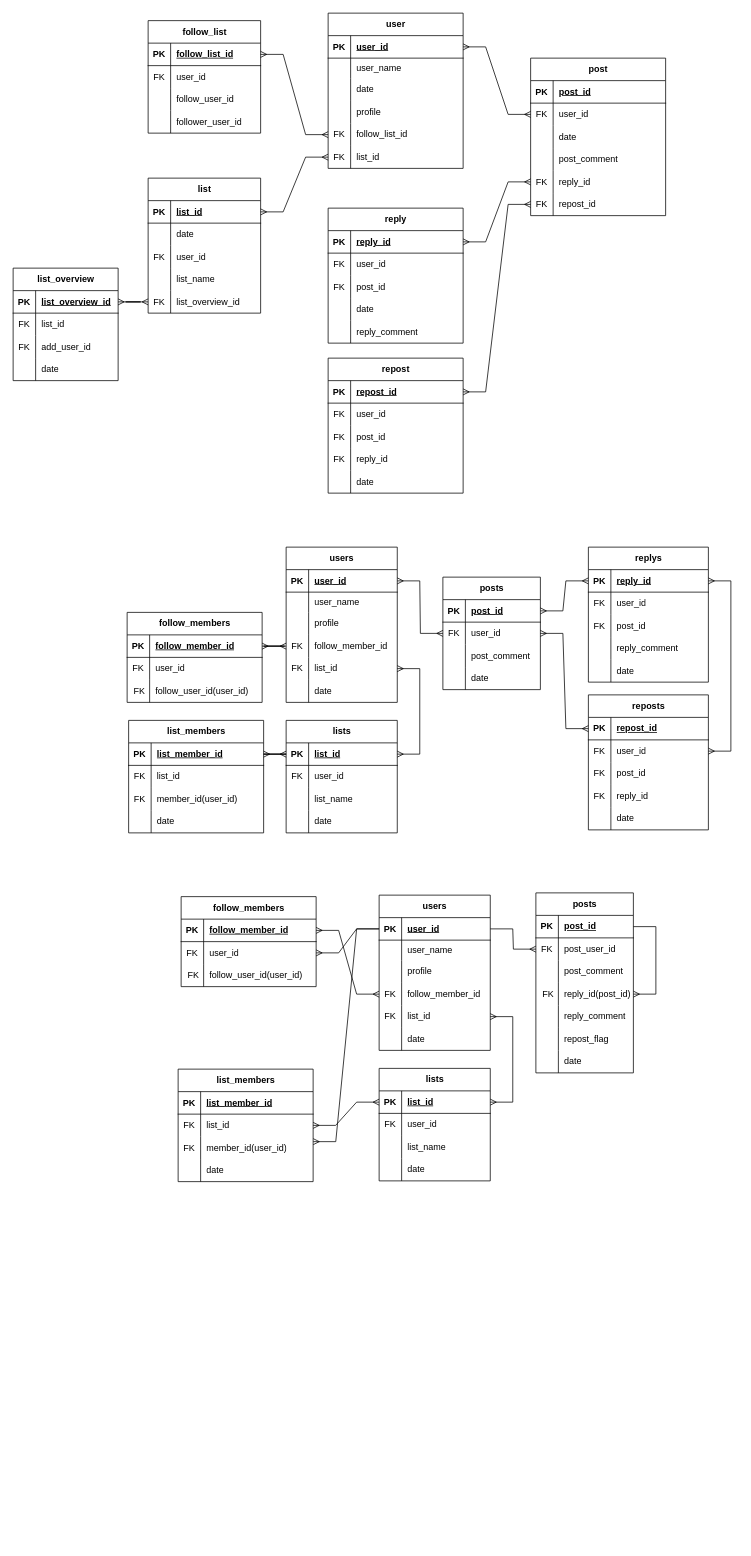
The draw.io diagram X.drawio in namacosansan/ER, before the edit. Source tidied: cells renumbered, new cells numbered last; positions are measured from the earlier drawing's top-left corner, leaving out a move shared by most shapes. Both pictures are drawn from the tidied source at 75%, with x=0, y=0 at pixel (13, 13).
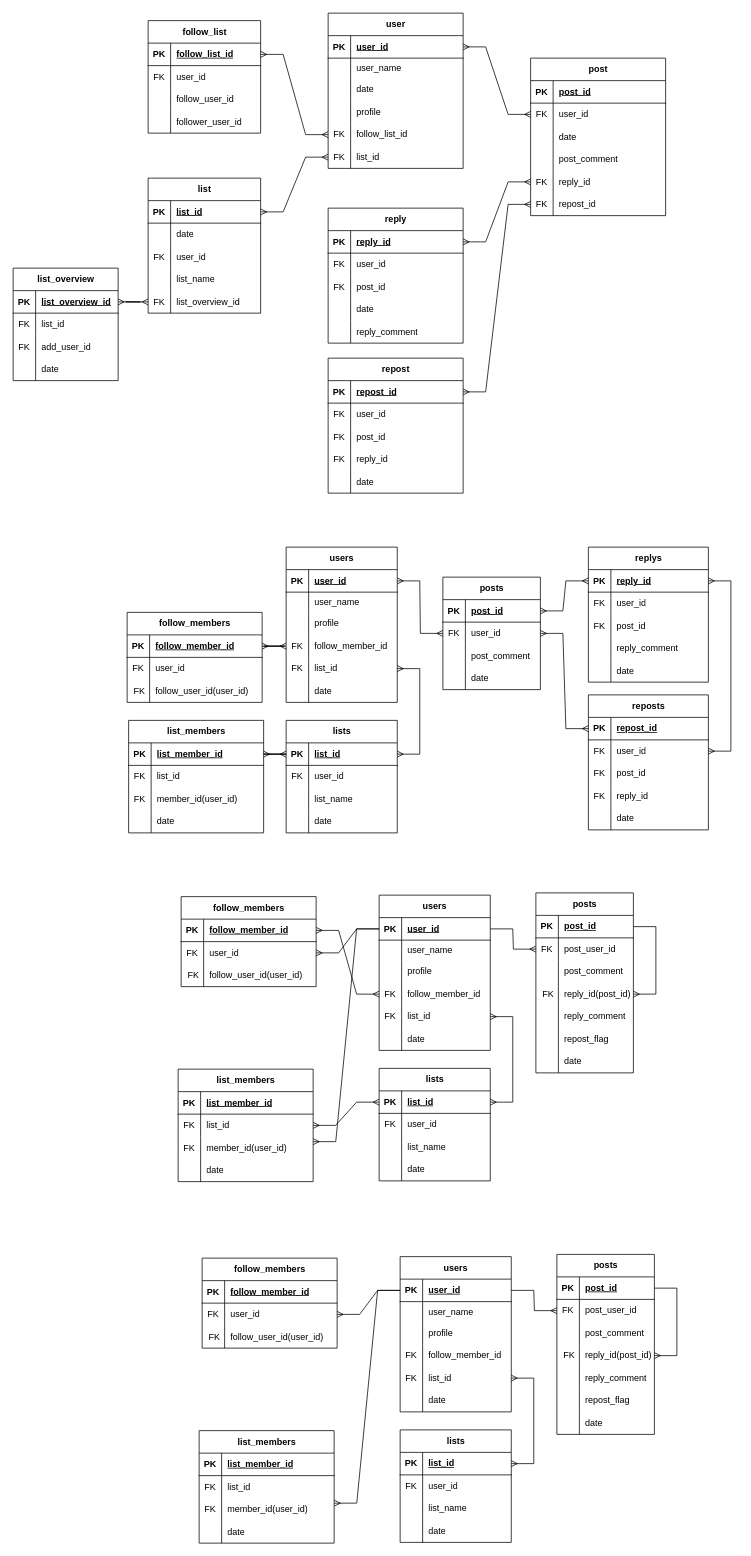
The same diagram, later.

Commit message:
X.drawio を更新します

The edit, as a diff of the source:
```diff
@@
+    <mxCell id="313" value="users" style="shape=table;startSize=30;childLayout=tableLayout;rowLines=0;fontStyle=1;align=center;html=1;" parent="1" vertex="1">
+      <mxGeometry x="516" y="1658" width="148.2" height="207" as="geometry" />
+    </mxCell>
+    <mxCell id="314" style="shape=tableRow;horizontal=0;startSize=0;swimlaneHead=0;swimlaneBody=0;fillColor=none;points=[[0,0.5],[1,0.5]];portConstraint=eastwest;top=0;left=0;right=0;bottom=1;" parent="313" vertex="1">
+      <mxGeometry y="30" width="148.2" height="30" as="geometry" />
+    </mxCell>
+    <mxCell id="315" value="PK" style="shape=partialRectangle;fillColor=none;top=0;left=0;bottom=0;right=0;fontStyle=1;overflow=hidden;whiteSpace=wrap;html=1;" parent="314" vertex="1">
+      <mxGeometry width="30" height="30" as="geometry" />
+    </mxCell>
+    <mxCell id="316" value="user_id" style="shape=partialRectangle;fillColor=none;top=0;left=0;bottom=0;right=0;align=left;spacingLeft=6;fontStyle=5;overflow=hidden;whiteSpace=wrap;html=1;" parent="314" vertex="1">
+      <mxGeometry x="30" width="118.2" height="30" as="geometry" />
+    </mxCell>
+    <mxCell id="317" style="shape=tableRow;horizontal=0;startSize=0;swimlaneHead=0;swimlaneBody=0;fillColor=none;top=0;left=0;right=0;bottom=0;" parent="313" vertex="1">
+      <mxGeometry y="60" width="148.2" height="27" as="geometry" />
+    </mxCell>
+    <mxCell id="318" style="shape=partialRectangle;fillColor=none;top=0;left=0;bottom=0;right=0;overflow=hidden;whiteSpace=wrap;html=1;" parent="317" vertex="1">
+      <mxGeometry width="30" height="27" as="geometry" />
+    </mxCell>
+    <mxCell id="319" value="user_name" style="shape=partialRectangle;fillColor=none;top=0;left=0;bottom=0;right=0;align=left;spacingLeft=6;overflow=hidden;whiteSpace=wrap;html=1;" parent="317" vertex="1">
+      <mxGeometry x="30" width="118.2" height="27" as="geometry" />
+    </mxCell>
+    <mxCell id="320" style="shape=tableRow;horizontal=0;startSize=0;swimlaneHead=0;swimlaneBody=0;fillColor=none;top=0;left=0;right=0;bottom=0;" parent="313" vertex="1">
+      <mxGeometry y="87" width="148.2" height="30" as="geometry" />
+    </mxCell>
+    <mxCell id="321" style="shape=partialRectangle;fillColor=none;top=0;left=0;bottom=0;right=0;overflow=hidden;whiteSpace=wrap;html=1;" parent="320" vertex="1">
+      <mxGeometry width="30" height="30" as="geometry" />
+    </mxCell>
+    <mxCell id="322" value="profile" style="shape=partialRectangle;fillColor=none;top=0;left=0;bottom=0;right=0;align=left;spacingLeft=6;overflow=hidden;whiteSpace=wrap;html=1;" parent="320" vertex="1">
+      <mxGeometry x="30" width="118.2" height="30" as="geometry" />
+    </mxCell>
+    <mxCell id="323" style="shape=tableRow;horizontal=0;startSize=0;swimlaneHead=0;swimlaneBody=0;fillColor=none;top=0;left=0;right=0;bottom=0;" parent="313" vertex="1">
+      <mxGeometry y="117" width="148.2" height="30" as="geometry" />
+    </mxCell>
+    <mxCell id="324" value="FK" style="shape=partialRectangle;fillColor=none;top=0;left=0;bottom=0;right=0;overflow=hidden;whiteSpace=wrap;html=1;" parent="323" vertex="1">
+      <mxGeometry width="30" height="30" as="geometry" />
+    </mxCell>
+    <mxCell id="325" value="follow_member_id" style="shape=partialRectangle;fillColor=none;top=0;left=0;bottom=0;right=0;align=left;spacingLeft=6;overflow=hidden;whiteSpace=wrap;html=1;" parent="323" vertex="1">
+      <mxGeometry x="30" width="118.2" height="30" as="geometry" />
+    </mxCell>
+    <mxCell id="326" style="shape=tableRow;horizontal=0;startSize=0;swimlaneHead=0;swimlaneBody=0;fillColor=none;points=[[0,0.5],[1,0.5]];portConstraint=eastwest;top=0;left=0;right=0;bottom=0;" parent="313" vertex="1">
+      <mxGeometry y="147" width="148.2" height="30" as="geometry" />
+    </mxCell>
+    <mxCell id="327" value="FK" style="shape=partialRectangle;fillColor=none;top=0;left=0;bottom=0;right=0;overflow=hidden;whiteSpace=wrap;html=1;" parent="326" vertex="1">
+      <mxGeometry width="30" height="30" as="geometry" />
+    </mxCell>
+    <mxCell id="328" value="list_id" style="shape=partialRectangle;fillColor=none;top=0;left=0;bottom=0;right=0;align=left;spacingLeft=6;overflow=hidden;whiteSpace=wrap;html=1;" parent="326" vertex="1">
+      <mxGeometry x="30" width="118.2" height="30" as="geometry" />
+    </mxCell>
+    <mxCell id="329" style="shape=tableRow;horizontal=0;startSize=0;swimlaneHead=0;swimlaneBody=0;fillColor=none;top=0;left=0;right=0;bottom=0;" parent="313" vertex="1">
+      <mxGeometry y="177" width="148.2" height="30" as="geometry" />
+    </mxCell>
+    <mxCell id="330" style="shape=partialRectangle;fillColor=none;top=0;left=0;bottom=0;right=0;overflow=hidden;whiteSpace=wrap;html=1;" parent="329" vertex="1">
+      <mxGeometry width="30" height="30" as="geometry" />
+    </mxCell>
+    <mxCell id="331" value="date" style="shape=partialRectangle;fillColor=none;top=0;left=0;bottom=0;right=0;align=left;spacingLeft=6;overflow=hidden;whiteSpace=wrap;html=1;" parent="329" vertex="1">
+      <mxGeometry x="30" width="118.2" height="30" as="geometry" />
+    </mxCell>
+    <mxCell id="332" value="list_members" style="shape=table;startSize=30;childLayout=tableLayout;rowLines=0;fontStyle=1;align=center;html=1;" parent="1" vertex="1">
+      <mxGeometry x="248" y="1890" width="180" height="150" as="geometry" />
+    </mxCell>
+    <mxCell id="333" style="shape=tableRow;horizontal=0;startSize=0;swimlaneHead=0;swimlaneBody=0;fillColor=none;points=[[0,0.5],[1,0.5]];portConstraint=eastwest;top=0;left=0;right=0;bottom=1;" parent="332" vertex="1">
+      <mxGeometry y="30" width="180" height="30" as="geometry" />
+    </mxCell>
+    <mxCell id="334" value="PK" style="shape=partialRectangle;fillColor=none;top=0;left=0;bottom=0;right=0;fontStyle=1;overflow=hidden;whiteSpace=wrap;html=1;" parent="333" vertex="1">
+      <mxGeometry width="30" height="30" as="geometry" />
+    </mxCell>
+    <mxCell id="335" value="list_member_id" style="shape=partialRectangle;fillColor=none;top=0;left=0;bottom=0;right=0;align=left;spacingLeft=6;fontStyle=5;overflow=hidden;whiteSpace=wrap;html=1;" parent="333" vertex="1">
+      <mxGeometry x="30" width="150" height="30" as="geometry" />
+    </mxCell>
+    <mxCell id="336" style="shape=tableRow;horizontal=0;startSize=0;swimlaneHead=0;swimlaneBody=0;fillColor=none;top=0;left=0;right=0;bottom=0;" parent="332" vertex="1">
+      <mxGeometry y="60" width="180" height="30" as="geometry" />
+    </mxCell>
+    <mxCell id="337" value="FK" style="shape=partialRectangle;fillColor=none;top=0;left=0;bottom=0;right=0;overflow=hidden;whiteSpace=wrap;html=1;" parent="336" vertex="1">
+      <mxGeometry width="30" height="30" as="geometry" />
+    </mxCell>
+    <mxCell id="338" value="list_id" style="shape=partialRectangle;fillColor=none;top=0;left=0;bottom=0;right=0;align=left;spacingLeft=6;overflow=hidden;whiteSpace=wrap;html=1;" parent="336" vertex="1">
+      <mxGeometry x="30" width="150" height="30" as="geometry" />
+    </mxCell>
+    <mxCell id="339" style="shape=tableRow;horizontal=0;startSize=0;swimlaneHead=0;swimlaneBody=0;fillColor=none;points=[[0,0.5],[1,0.5]];portConstraint=eastwest;top=0;left=0;right=0;bottom=0;" parent="332" vertex="1">
+      <mxGeometry y="90" width="180" height="30" as="geometry" />
+    </mxCell>
+    <mxCell id="340" value="&lt;div&gt;FK&lt;/div&gt;" style="shape=partialRectangle;fillColor=none;top=0;left=0;bottom=0;right=0;overflow=hidden;whiteSpace=wrap;html=1;" parent="339" vertex="1">
+      <mxGeometry width="30" height="30" as="geometry" />
+    </mxCell>
+    <mxCell id="341" value="member_id(user_id)" style="shape=partialRectangle;fillColor=none;top=0;left=0;bottom=0;right=0;align=left;spacingLeft=6;overflow=hidden;whiteSpace=wrap;html=1;" parent="339" vertex="1">
+      <mxGeometry x="30" width="150" height="30" as="geometry" />
+    </mxCell>
+    <mxCell id="342" style="shape=tableRow;horizontal=0;startSize=0;swimlaneHead=0;swimlaneBody=0;fillColor=none;top=0;left=0;right=0;bottom=0;" parent="332" vertex="1">
+      <mxGeometry y="120" width="180" height="30" as="geometry" />
+    </mxCell>
+    <mxCell id="343" style="shape=partialRectangle;fillColor=none;top=0;left=0;bottom=0;right=0;overflow=hidden;whiteSpace=wrap;html=1;" parent="342" vertex="1">
+      <mxGeometry width="30" height="30" as="geometry" />
+    </mxCell>
+    <mxCell id="344" value="date" style="shape=partialRectangle;fillColor=none;top=0;left=0;bottom=0;right=0;align=left;spacingLeft=6;overflow=hidden;whiteSpace=wrap;html=1;" parent="342" vertex="1">
+      <mxGeometry x="30" width="150" height="30" as="geometry" />
+    </mxCell>
+    <mxCell id="345" style="edgeStyle=none;curved=1;rounded=0;jettySize=auto;html=1;exitX=1;exitY=0.5;exitDx=0;exitDy=0;fontSize=12;startSize=8;endSize=8;" parent="332" edge="1" source="333" target="332">
+      <mxGeometry relative="1" as="geometry" />
+    </mxCell>
+    <mxCell id="346" value="follow_members" style="shape=table;startSize=30;childLayout=tableLayout;rowLines=0;fontStyle=1;align=center;html=1;" parent="1" vertex="1">
+      <mxGeometry x="252" y="1660" width="180" height="120" as="geometry" />
+    </mxCell>
+    <mxCell id="347" style="shape=tableRow;horizontal=0;startSize=0;swimlaneHead=0;swimlaneBody=0;fillColor=none;top=0;left=0;right=0;bottom=1;" parent="346" vertex="1">
+      <mxGeometry y="30" width="180" height="30" as="geometry" />
+    </mxCell>
+    <mxCell id="348" value="PK" style="shape=partialRectangle;fillColor=none;top=0;left=0;bottom=0;right=0;fontStyle=1;overflow=hidden;whiteSpace=wrap;html=1;" parent="347" vertex="1">
+      <mxGeometry width="30" height="30" as="geometry" />
+    </mxCell>
+    <mxCell id="349" value="&lt;span style=&quot;text-align: center; text-wrap-mode: nowrap;&quot;&gt;follow_member_id&lt;/span&gt;" style="shape=partialRectangle;fillColor=none;top=0;left=0;bottom=0;right=0;align=left;spacingLeft=6;fontStyle=5;overflow=hidden;whiteSpace=wrap;html=1;" parent="347" vertex="1">
+      <mxGeometry x="30" width="150" height="30" as="geometry" />
+    </mxCell>
+    <mxCell id="350" style="shape=tableRow;horizontal=0;startSize=0;swimlaneHead=0;swimlaneBody=0;fillColor=none;points=[[0,0.5],[1,0.5]];portConstraint=eastwest;top=0;left=0;right=0;bottom=0;" parent="346" vertex="1">
+      <mxGeometry y="60" width="180" height="30" as="geometry" />
+    </mxCell>
+    <mxCell id="351" value="FK" style="shape=partialRectangle;fillColor=none;top=0;left=0;bottom=0;right=0;overflow=hidden;whiteSpace=wrap;html=1;" parent="350" vertex="1">
+      <mxGeometry width="30" height="30" as="geometry" />
+    </mxCell>
+    <mxCell id="352" value="user_id" style="shape=partialRectangle;fillColor=none;top=0;left=0;bottom=0;right=0;align=left;spacingLeft=6;overflow=hidden;whiteSpace=wrap;html=1;" parent="350" vertex="1">
+      <mxGeometry x="30" width="150" height="30" as="geometry" />
+    </mxCell>
+    <mxCell id="353" style="shape=tableRow;horizontal=0;startSize=0;swimlaneHead=0;swimlaneBody=0;fillColor=none;top=0;left=0;right=0;bottom=0;" parent="346" vertex="1">
+      <mxGeometry y="90" width="180" height="30" as="geometry" />
+    </mxCell>
+    <mxCell id="354" value="&amp;nbsp;FK" style="shape=partialRectangle;fillColor=none;top=0;left=0;bottom=0;right=0;overflow=hidden;whiteSpace=wrap;html=1;" parent="353" vertex="1">
+      <mxGeometry width="30" height="30" as="geometry" />
+    </mxCell>
+    <mxCell id="355" value="follow_user_id(user_id)" style="shape=partialRectangle;fillColor=none;top=0;left=0;bottom=0;right=0;align=left;spacingLeft=6;overflow=hidden;whiteSpace=wrap;html=1;" parent="353" vertex="1">
+      <mxGeometry x="30" width="150" height="30" as="geometry" />
+    </mxCell>
+    <mxCell id="356" value="posts" style="shape=table;startSize=30;childLayout=tableLayout;rowLines=0;fontStyle=1;align=center;html=1;" parent="1" vertex="1">
+      <mxGeometry x="725" y="1655" width="130" height="240" as="geometry" />
+    </mxCell>
+    <mxCell id="357" style="shape=tableRow;horizontal=0;startSize=0;swimlaneHead=0;swimlaneBody=0;fillColor=none;points=[[0,0.5],[1,0.5]];portConstraint=eastwest;top=0;left=0;right=0;bottom=1;" parent="356" vertex="1">
+      <mxGeometry y="30" width="130" height="30" as="geometry" />
+    </mxCell>
+    <mxCell id="358" value="PK" style="shape=partialRectangle;fillColor=none;top=0;left=0;bottom=0;right=0;fontStyle=1;overflow=hidden;whiteSpace=wrap;html=1;" parent="357" vertex="1">
+      <mxGeometry width="30" height="30" as="geometry" />
+    </mxCell>
+    <mxCell id="359" value="post_id" style="shape=partialRectangle;fillColor=none;top=0;left=0;bottom=0;right=0;align=left;spacingLeft=6;fontStyle=5;overflow=hidden;whiteSpace=wrap;html=1;" parent="357" vertex="1">
+      <mxGeometry x="30" width="100" height="30" as="geometry" />
+    </mxCell>
+    <mxCell id="360" style="shape=tableRow;horizontal=0;startSize=0;swimlaneHead=0;swimlaneBody=0;fillColor=none;points=[[0,0.5],[1,0.5]];portConstraint=eastwest;top=0;left=0;right=0;bottom=0;" parent="356" vertex="1">
+      <mxGeometry y="60" width="130" height="30" as="geometry" />
+    </mxCell>
+    <mxCell id="361" value="FK" style="shape=partialRectangle;fillColor=none;top=0;left=0;bottom=0;right=0;overflow=hidden;whiteSpace=wrap;html=1;" parent="360" vertex="1">
+      <mxGeometry width="30" height="30" as="geometry" />
+    </mxCell>
+    <mxCell id="362" value="post_user_id" style="shape=partialRectangle;fillColor=none;top=0;left=0;bottom=0;right=0;align=left;spacingLeft=6;overflow=hidden;whiteSpace=wrap;html=1;" parent="360" vertex="1">
+      <mxGeometry x="30" width="100" height="30" as="geometry" />
+    </mxCell>
+    <mxCell id="363" style="shape=tableRow;horizontal=0;startSize=0;swimlaneHead=0;swimlaneBody=0;fillColor=none;top=0;left=0;right=0;bottom=0;" parent="356" vertex="1">
+      <mxGeometry y="90" width="130" height="30" as="geometry" />
+    </mxCell>
+    <mxCell id="364" style="shape=partialRectangle;fillColor=none;top=0;left=0;bottom=0;right=0;overflow=hidden;whiteSpace=wrap;html=1;" parent="363" vertex="1">
+      <mxGeometry width="30" height="30" as="geometry" />
+    </mxCell>
+    <mxCell id="365" value="post_comment" style="shape=partialRectangle;fillColor=none;top=0;left=0;bottom=0;right=0;align=left;spacingLeft=6;overflow=hidden;whiteSpace=wrap;html=1;" parent="363" vertex="1">
+      <mxGeometry x="30" width="100" height="30" as="geometry" />
+    </mxCell>
+    <mxCell id="366" style="shape=tableRow;horizontal=0;startSize=0;swimlaneHead=0;swimlaneBody=0;fillColor=none;points=[[0,0.5],[1,0.5]];portConstraint=eastwest;top=0;left=0;right=0;bottom=0;" parent="356" vertex="1">
+      <mxGeometry y="120" width="130" height="30" as="geometry" />
+    </mxCell>
+    <mxCell id="367" value="&amp;nbsp;FK" style="shape=partialRectangle;fillColor=none;top=0;left=0;bottom=0;right=0;overflow=hidden;whiteSpace=wrap;html=1;" parent="366" vertex="1">
+      <mxGeometry width="30" height="30" as="geometry" />
+    </mxCell>
+    <mxCell id="368" value="reply_id(post_id)" style="shape=partialRectangle;fillColor=none;top=0;left=0;bottom=0;right=0;align=left;spacingLeft=6;overflow=hidden;whiteSpace=wrap;html=1;" parent="366" vertex="1">
+      <mxGeometry x="30" width="100" height="30" as="geometry" />
+    </mxCell>
+    <mxCell id="369" style="shape=tableRow;horizontal=0;startSize=0;swimlaneHead=0;swimlaneBody=0;fillColor=none;top=0;left=0;right=0;bottom=0;" parent="356" vertex="1">
+      <mxGeometry y="150" width="130" height="30" as="geometry" />
+    </mxCell>
+    <mxCell id="370" style="shape=partialRectangle;fillColor=none;top=0;left=0;bottom=0;right=0;overflow=hidden;whiteSpace=wrap;html=1;" parent="369" vertex="1">
+      <mxGeometry width="30" height="30" as="geometry" />
+    </mxCell>
+    <mxCell id="371" value="reply_comment" style="shape=partialRectangle;fillColor=none;top=0;left=0;bottom=0;right=0;align=left;spacingLeft=6;overflow=hidden;whiteSpace=wrap;html=1;" parent="369" vertex="1">
+      <mxGeometry x="30" width="100" height="30" as="geometry" />
+    </mxCell>
+    <mxCell id="372" style="shape=tableRow;horizontal=0;startSize=0;swimlaneHead=0;swimlaneBody=0;fillColor=none;top=0;left=0;right=0;bottom=0;" parent="356" vertex="1">
+      <mxGeometry y="180" width="130" height="30" as="geometry" />
+    </mxCell>
+    <mxCell id="373" style="shape=partialRectangle;fillColor=none;top=0;left=0;bottom=0;right=0;overflow=hidden;whiteSpace=wrap;html=1;" parent="372" vertex="1">
+      <mxGeometry width="30" height="30" as="geometry" />
+    </mxCell>
+    <mxCell id="374" value="repost_flag" style="shape=partialRectangle;fillColor=none;top=0;left=0;bottom=0;right=0;align=left;spacingLeft=6;overflow=hidden;whiteSpace=wrap;html=1;" parent="372" vertex="1">
+      <mxGeometry x="30" width="100" height="30" as="geometry" />
+    </mxCell>
+    <mxCell id="375" style="shape=tableRow;horizontal=0;startSize=0;swimlaneHead=0;swimlaneBody=0;fillColor=none;top=0;left=0;right=0;bottom=0;" parent="356" vertex="1">
+      <mxGeometry y="210" width="130" height="30" as="geometry" />
+    </mxCell>
+    <mxCell id="376" style="shape=partialRectangle;fillColor=none;top=0;left=0;bottom=0;right=0;overflow=hidden;whiteSpace=wrap;html=1;" parent="375" vertex="1">
+      <mxGeometry width="30" height="30" as="geometry" />
+    </mxCell>
+    <mxCell id="377" value="date" style="shape=partialRectangle;fillColor=none;top=0;left=0;bottom=0;right=0;align=left;spacingLeft=6;overflow=hidden;whiteSpace=wrap;html=1;" parent="375" vertex="1">
+      <mxGeometry x="30" width="100" height="30" as="geometry" />
+    </mxCell>
+    <mxCell id="378" style="edgeStyle=entityRelationEdgeStyle;fontSize=12;html=1;endArrow=ERmany;rounded=0;exitX=1;exitY=0.5;exitDx=0;exitDy=0;entryX=1;entryY=0.5;entryDx=0;entryDy=0;" parent="356" edge="1" source="357" target="366">
+      <mxGeometry relative="1" as="geometry" />
+    </mxCell>
+    <mxCell id="379" style="edgeStyle=entityRelationEdgeStyle;fontSize=12;html=1;endArrow=ERmany;startArrow=ERmany;rounded=0;exitX=1;exitY=0.5;exitDx=0;exitDy=0;entryX=1;entryY=0.5;entryDx=0;entryDy=0;" parent="1" edge="1" source="381" target="326">
+      <mxGeometry relative="1" as="geometry" />
+    </mxCell>
+    <mxCell id="380" value="lists" style="shape=table;startSize=30;childLayout=tableLayout;rowLines=0;fontStyle=1;align=center;html=1;" parent="1" vertex="1">
+      <mxGeometry x="516" y="1889" width="148.2" height="150" as="geometry" />
+    </mxCell>
+    <mxCell id="381" style="shape=tableRow;horizontal=0;startSize=0;swimlaneHead=0;swimlaneBody=0;fillColor=none;points=[[0,0.5],[1,0.5]];portConstraint=eastwest;top=0;left=0;right=0;bottom=1;" parent="380" vertex="1">
+      <mxGeometry y="30" width="148.2" height="30" as="geometry" />
+    </mxCell>
+    <mxCell id="382" value="PK" style="shape=partialRectangle;fillColor=none;top=0;left=0;bottom=0;right=0;fontStyle=1;overflow=hidden;whiteSpace=wrap;html=1;" parent="381" vertex="1">
+      <mxGeometry width="30" height="30" as="geometry" />
+    </mxCell>
+    <mxCell id="383" value="list_id" style="shape=partialRectangle;fillColor=none;top=0;left=0;bottom=0;right=0;align=left;spacingLeft=6;fontStyle=5;overflow=hidden;whiteSpace=wrap;html=1;" parent="381" vertex="1">
+      <mxGeometry x="30" width="118.2" height="30" as="geometry" />
+    </mxCell>
+    <mxCell id="384" style="shape=tableRow;horizontal=0;startSize=0;swimlaneHead=0;swimlaneBody=0;fillColor=none;top=0;left=0;right=0;bottom=0;" parent="380" vertex="1">
+      <mxGeometry y="60" width="148.2" height="30" as="geometry" />
+    </mxCell>
+    <mxCell id="385" value="FK" style="shape=partialRectangle;fillColor=none;top=0;left=0;bottom=0;right=0;overflow=hidden;whiteSpace=wrap;html=1;" parent="384" vertex="1">
+      <mxGeometry width="30" height="30" as="geometry" />
+    </mxCell>
+    <mxCell id="386" value="&lt;div&gt;&lt;span style=&quot;background-color: transparent; color: light-dark(rgb(0, 0, 0), rgb(255, 255, 255));&quot;&gt;user_id&lt;/span&gt;&lt;/div&gt;" style="shape=partialRectangle;fillColor=none;top=0;left=0;bottom=0;right=0;align=left;spacingLeft=6;overflow=hidden;whiteSpace=wrap;html=1;" parent="384" vertex="1">
+      <mxGeometry x="30" width="118.2" height="30" as="geometry" />
+    </mxCell>
+    <mxCell id="387" style="shape=tableRow;horizontal=0;startSize=0;swimlaneHead=0;swimlaneBody=0;fillColor=none;top=0;left=0;right=0;bottom=0;" parent="380" vertex="1">
+      <mxGeometry y="90" width="148.2" height="30" as="geometry" />
+    </mxCell>
+    <mxCell id="388" value="&lt;span style=&quot;white-space: pre;&quot;&gt;&#9;&lt;/span&gt;&lt;span style=&quot;white-space: pre;&quot;&gt;&#9;&lt;/span&gt;&lt;span style=&quot;white-space: pre;&quot;&gt;&#9;&lt;/span&gt;&lt;span style=&quot;white-space: pre;&quot;&gt;&#9;&lt;/span&gt;&lt;span style=&quot;white-space: pre;&quot;&gt;&#9;&lt;/span&gt;&lt;span style=&quot;white-space: pre;&quot;&gt;&#9;&lt;/span&gt;&lt;div&gt;&lt;br&gt;&lt;/div&gt;" style="shape=partialRectangle;fillColor=none;top=0;left=0;bottom=0;right=0;overflow=hidden;whiteSpace=wrap;html=1;" parent="387" vertex="1">
+      <mxGeometry width="30" height="30" as="geometry" />
+    </mxCell>
+    <mxCell id="389" value="&lt;div&gt;&lt;span style=&quot;background-color: transparent; color: light-dark(rgb(0, 0, 0), rgb(255, 255, 255));&quot;&gt;list_name&lt;/span&gt;&lt;/div&gt;" style="shape=partialRectangle;fillColor=none;top=0;left=0;bottom=0;right=0;align=left;spacingLeft=6;overflow=hidden;whiteSpace=wrap;html=1;" parent="387" vertex="1">
+      <mxGeometry x="30" width="118.2" height="30" as="geometry" />
+    </mxCell>
+    <mxCell id="390" style="shape=tableRow;horizontal=0;startSize=0;swimlaneHead=0;swimlaneBody=0;fillColor=none;top=0;left=0;right=0;bottom=0;" parent="380" vertex="1">
+      <mxGeometry y="120" width="148.2" height="30" as="geometry" />
+    </mxCell>
+    <mxCell id="391" style="shape=partialRectangle;fillColor=none;top=0;left=0;bottom=0;right=0;overflow=hidden;whiteSpace=wrap;html=1;" parent="390" vertex="1">
+      <mxGeometry width="30" height="30" as="geometry" />
+    </mxCell>
+    <mxCell id="392" value="date" style="shape=partialRectangle;fillColor=none;top=0;left=0;bottom=0;right=0;align=left;spacingLeft=6;overflow=hidden;whiteSpace=wrap;html=1;" parent="390" vertex="1">
+      <mxGeometry x="30" width="118.2" height="30" as="geometry" />
+    </mxCell>
+    <mxCell id="393" style="edgeStyle=entityRelationEdgeStyle;fontSize=12;html=1;endArrow=ERmany;rounded=0;exitX=1;exitY=0.5;exitDx=0;exitDy=0;entryX=0;entryY=0.5;entryDx=0;entryDy=0;" parent="1" edge="1" source="314" target="360">
+      <mxGeometry relative="1" as="geometry" />
+    </mxCell>
+    <mxCell id="394" style="edgeStyle=entityRelationEdgeStyle;fontSize=12;html=1;endArrow=ERmany;rounded=0;exitX=0;exitY=0.5;exitDx=0;exitDy=0;entryX=1.001;entryY=0.223;entryDx=0;entryDy=0;entryPerimeter=0;" parent="1" edge="1" source="314" target="339">
+      <mxGeometry relative="1" as="geometry" />
+    </mxCell>
+    <mxCell id="395" style="edgeStyle=entityRelationEdgeStyle;fontSize=12;html=1;endArrow=ERmany;rounded=0;exitX=0;exitY=0.5;exitDx=0;exitDy=0;entryX=1;entryY=0.5;entryDx=0;entryDy=0;" parent="1" edge="1" source="314" target="350">
+      <mxGeometry relative="1" as="geometry" />
+    </mxCell>
```
